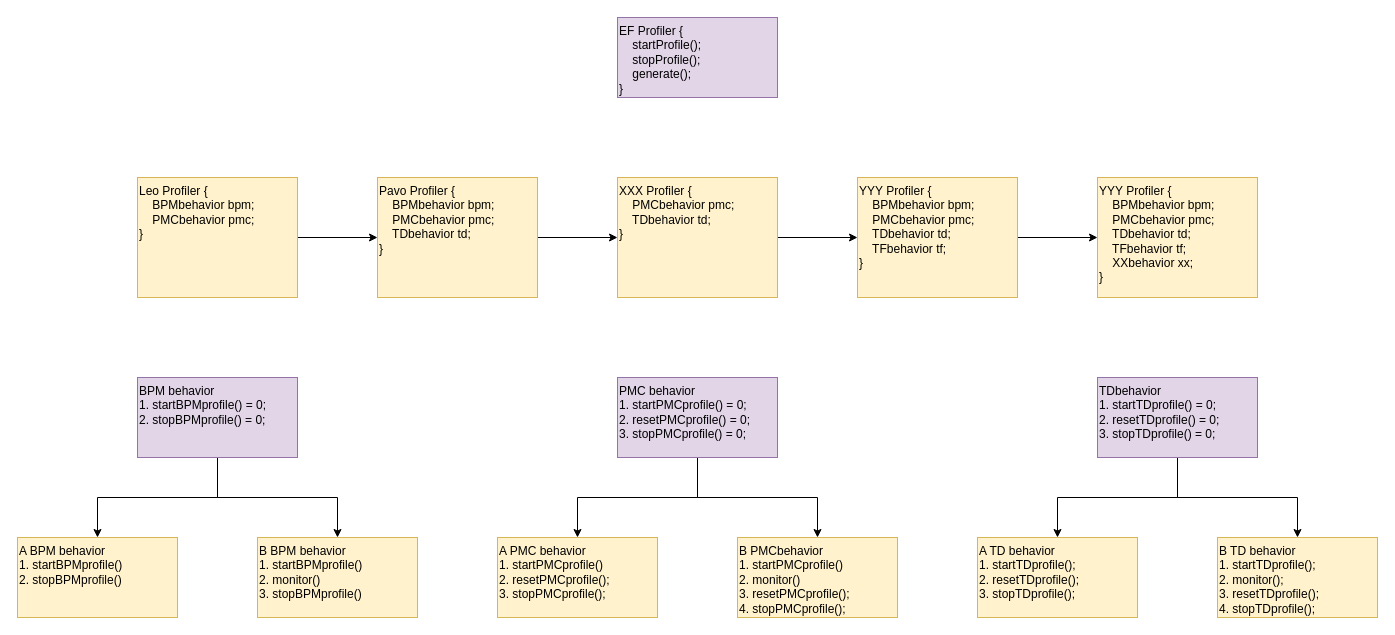
Earlier version of the draw.io diagram page "Page-2" (2 of 2) of diagram/bpm.drawio (dracohan/withon). Source tidied: cells renumbered, new cells numbered last; positions are measured from the earlier drawing's top-left corner, leaving out a move shared by most shapes. Both pictures are drawn from the tidied source at 100%, with x=0, y=0 at pixel (17, 17).
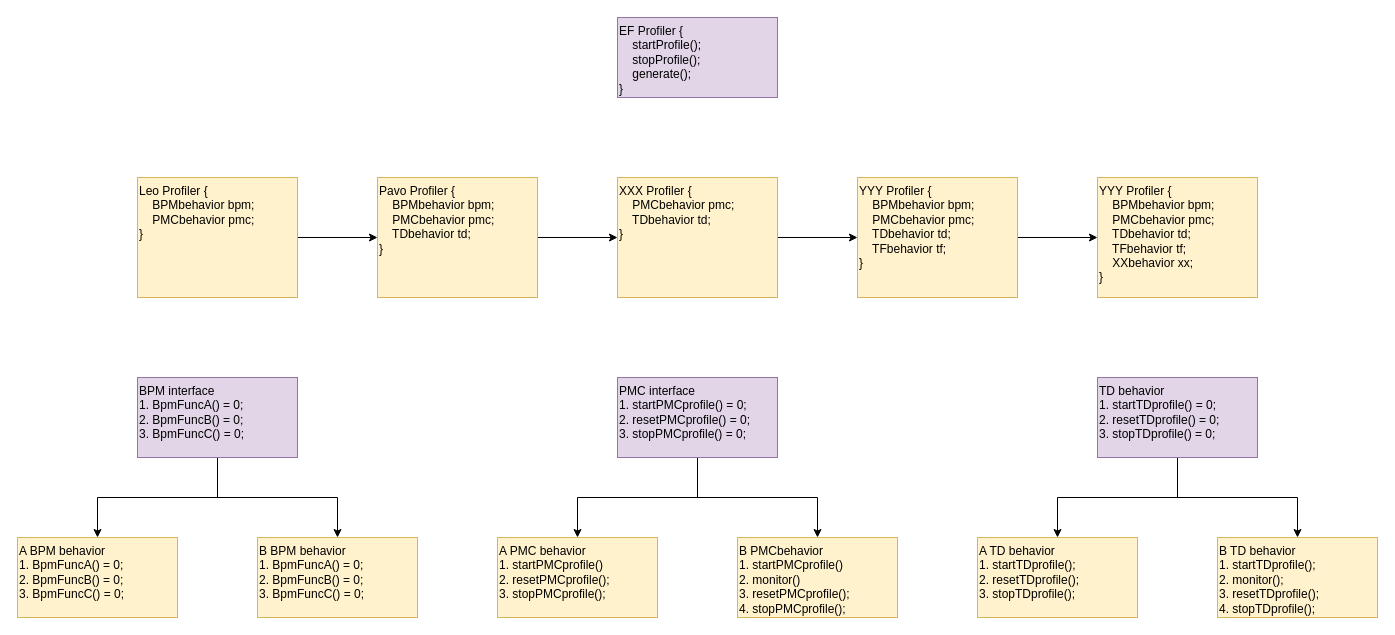
After the change.

Change to the diagram source:
```diff
@@
-    <mxCell id="4" value="BPM behavior&lt;br&gt;1. startBPMprofile() = 0;&lt;br&gt;2. stopBPMprofile() = 0;" style="rounded=0;whiteSpace=wrap;html=1;labelPosition=center;verticalLabelPosition=middle;align=left;verticalAlign=top;fillColor=#e1d5e7;strokeColor=#9673a6;" parent="1" vertex="1">
+    <mxCell id="4" value="BPM interface&lt;br&gt;1. BpmFuncA() = 0;&lt;br&gt;2. BpmFuncB() = 0;&lt;br&gt;3. BpmFuncC()&amp;nbsp;= 0;" style="rounded=0;whiteSpace=wrap;html=1;labelPosition=center;verticalLabelPosition=middle;align=left;verticalAlign=top;fillColor=#e1d5e7;strokeColor=#9673a6;" parent="1" vertex="1">
       <mxGeometry x="120" y="360" width="160" height="80" as="geometry" />
     </mxCell>
-    <mxCell id="5" value="B BPM behavior&lt;br&gt;1. startBPMprofile()&lt;br&gt;2. monitor()&lt;br&gt;3. stopBPMprofile()" style="rounded=0;whiteSpace=wrap;html=1;align=left;verticalAlign=top;fillColor=#fff2cc;strokeColor=#d6b656;" parent="1" vertex="1">
+    <mxCell id="5" value="B BPM behavior&lt;br&gt;1. BpmFuncA() = 0;&lt;br&gt;2. BpmFuncB() = 0;&lt;br&gt;3. BpmFuncC()&amp;nbsp;= 0;" style="rounded=0;whiteSpace=wrap;html=1;align=left;verticalAlign=top;fillColor=#fff2cc;strokeColor=#d6b656;" parent="1" vertex="1">
       <mxGeometry x="240" y="520" width="160" height="80" as="geometry" />
     </mxCell>
-    <mxCell id="6" value="A BPM behavior&lt;br&gt;1. startBPMprofile()&lt;br&gt;2. stopBPMprofile()" style="rounded=0;whiteSpace=wrap;html=1;align=left;verticalAlign=top;fillColor=#fff2cc;strokeColor=#d6b656;" parent="1" vertex="1">
+    <mxCell id="6" value="A BPM behavior&lt;br&gt;1. BpmFuncA() = 0;&lt;br&gt;2. BpmFuncB() = 0;&lt;br&gt;3. BpmFuncC()&amp;nbsp;= 0;" style="rounded=0;whiteSpace=wrap;html=1;align=left;verticalAlign=top;fillColor=#fff2cc;strokeColor=#d6b656;" parent="1" vertex="1">
       <mxGeometry y="520" width="160" height="80" as="geometry" />
     </mxCell>
@@
-    <mxCell id="9" value="PMC behavior&lt;br&gt;1. startPMCprofile() = 0;&lt;br&gt;2. resetPMCprofile() = 0;&lt;br&gt;3. stopPMCprofile() = 0;" style="rounded=0;whiteSpace=wrap;html=1;labelPosition=center;verticalLabelPosition=middle;align=left;verticalAlign=top;fillColor=#e1d5e7;strokeColor=#9673a6;" parent="1" vertex="1">
+    <mxCell id="9" value="PMC interface&lt;br&gt;1. startPMCprofile() = 0;&lt;br&gt;2. resetPMCprofile() = 0;&lt;br&gt;3. stopPMCprofile() = 0;" style="rounded=0;whiteSpace=wrap;html=1;labelPosition=center;verticalLabelPosition=middle;align=left;verticalAlign=top;fillColor=#e1d5e7;strokeColor=#9673a6;" parent="1" vertex="1">
       <mxGeometry x="600" y="360" width="160" height="80" as="geometry" />
     </mxCell>
@@
-    <mxCell id="21" value="TDbehavior&lt;br&gt;1. startTDprofile() = 0;&lt;br&gt;2. resetTDprofile() = 0;&lt;br&gt;3. stopTDprofile() = 0;" style="rounded=0;whiteSpace=wrap;html=1;labelPosition=center;verticalLabelPosition=middle;align=left;verticalAlign=top;fillColor=#e1d5e7;strokeColor=#9673a6;" parent="1" vertex="1">
+    <mxCell id="21" value="TD behavior&lt;br&gt;1. startTDprofile() = 0;&lt;br&gt;2. resetTDprofile() = 0;&lt;br&gt;3. stopTDprofile() = 0;" style="rounded=0;whiteSpace=wrap;html=1;labelPosition=center;verticalLabelPosition=middle;align=left;verticalAlign=top;fillColor=#e1d5e7;strokeColor=#9673a6;" parent="1" vertex="1">
       <mxGeometry x="1080" y="360" width="160" height="80" as="geometry" />
     </mxCell>
```
